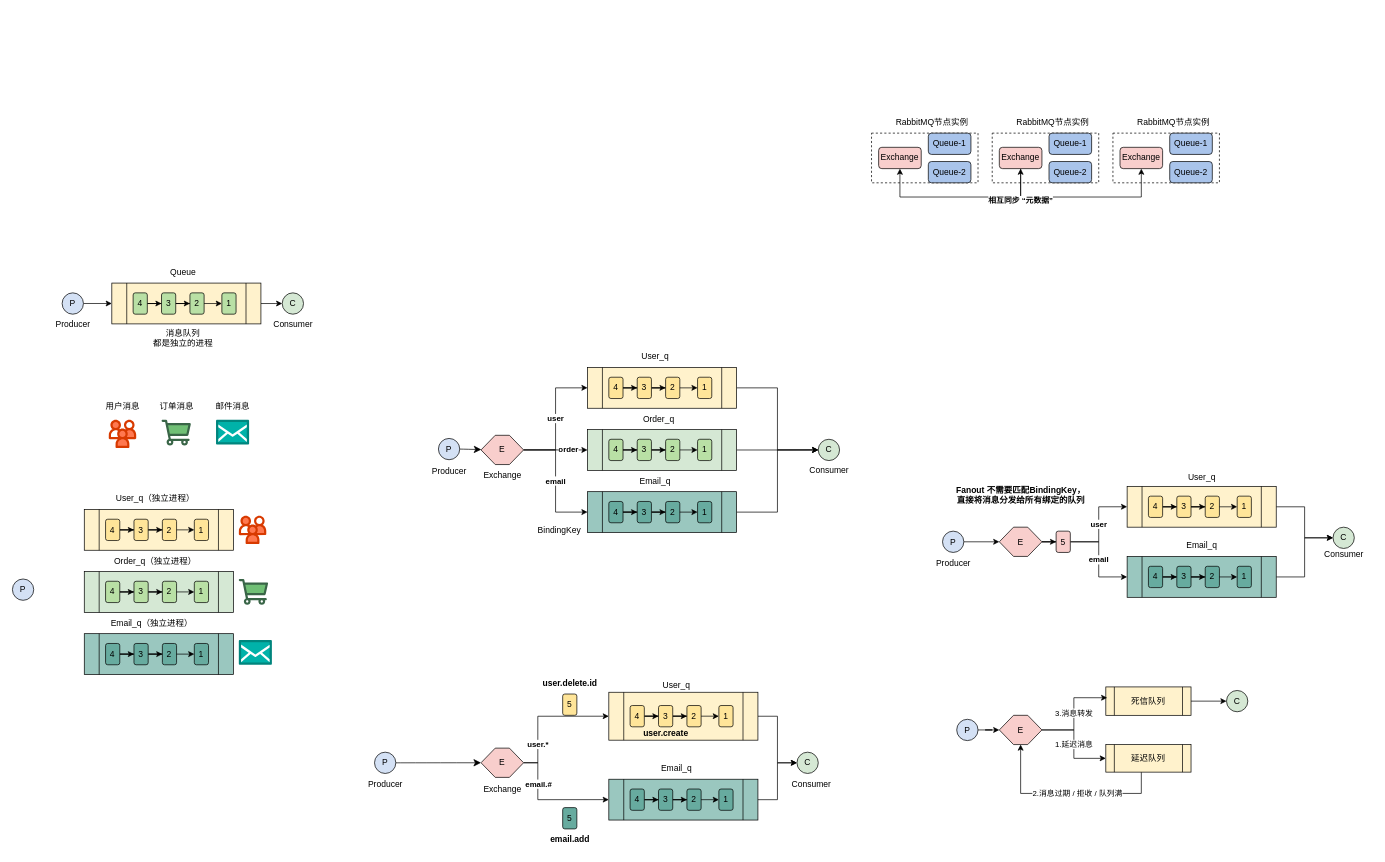
RainbowJier/RabbitMQ keeps this draw.io diagram as Drawio/RabbitMQ.drawio. Above is the earlier version. Source tidied: cells renumbered, new cells numbered last; positions are measured from the earlier drawing's top-left corner, leaving out a move shared by most shapes. Both pictures are drawn from the tidied source at 71%, with x=0, y=0 at pixel (12, 111).
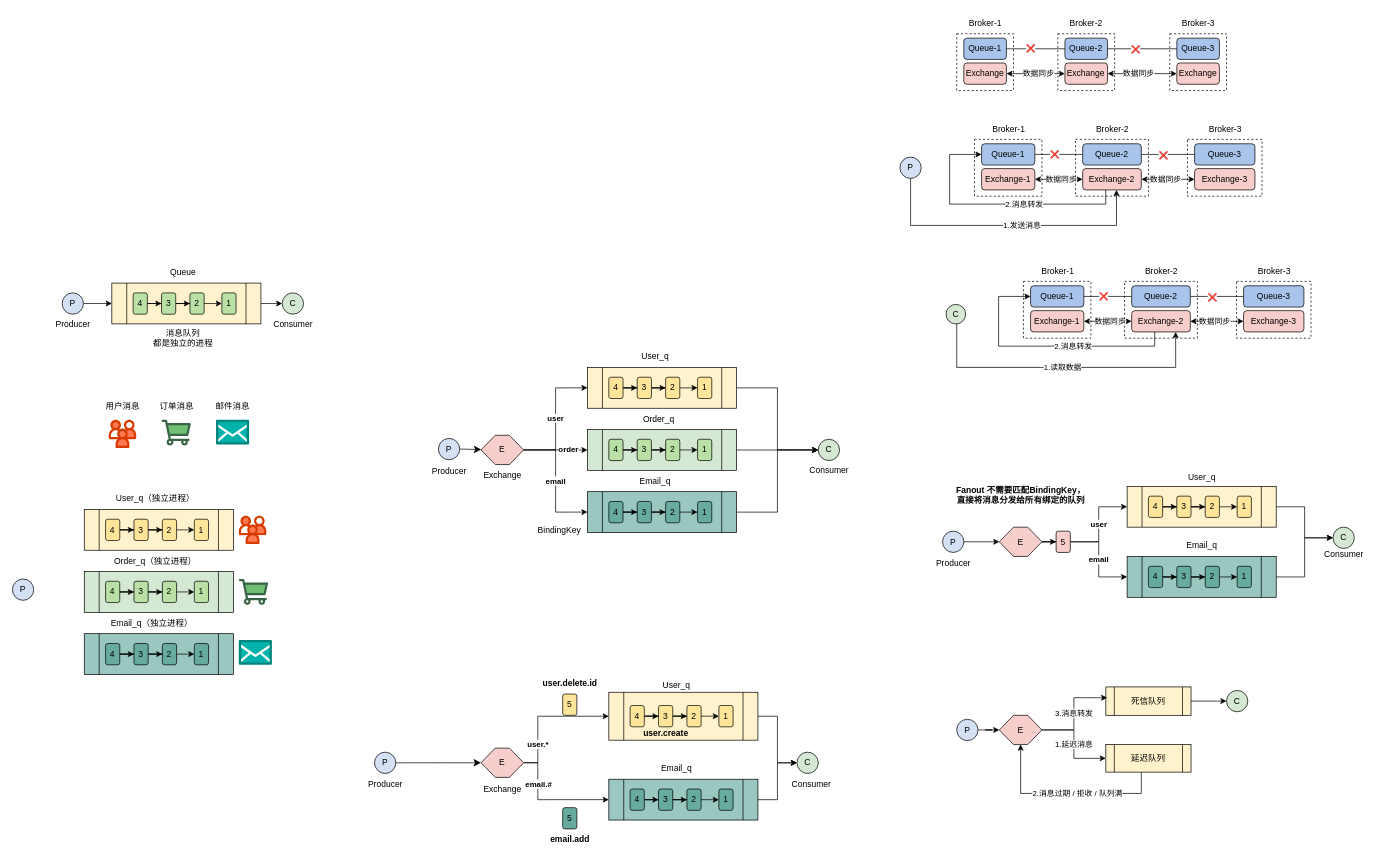
The same diagram, later.

What changed in the source:
```diff
@@
-    <mxCell id="178" style="rounded=0;whiteSpace=wrap;html=1;dashed=1;fillColor=none;" parent="1" vertex="1">
-      <mxGeometry x="1210" y="30" width="150" height="70" as="geometry" />
-    </mxCell>
-    <mxCell id="179" style="edgeStyle=orthogonalEdgeStyle;rounded=0;jettySize=auto;html=1;entryX=0.5;entryY=1;entryDx=0;entryDy=0;startArrow=classic;startFill=1;fontStyle=1;" parent="1" edge="1" source="180" target="186">
-      <mxGeometry x="0.44" relative="1" as="geometry">
-        <Array as="points">
-          <mxPoint x="1250" y="120" />
-          <mxPoint x="1420" y="120" />
-        </Array>
-      </mxGeometry>
-    </mxCell>
-    <mxCell id="180" value="Exchange" style="rounded=1;whiteSpace=wrap;html=1;fillColor=#F8CECC;" parent="1" vertex="1">
-      <mxGeometry x="1220" y="50" width="60" height="30" as="geometry" />
-    </mxCell>
-    <mxCell id="181" value="Queue-1" style="rounded=1;whiteSpace=wrap;html=1;fillColor=#A9C4EB;" parent="1" vertex="1">
-      <mxGeometry x="1290" y="30" width="60" height="30" as="geometry" />
-    </mxCell>
-    <mxCell id="182" value="Queue-2" style="rounded=1;whiteSpace=wrap;html=1;fillColor=#A9C4EB;" parent="1" vertex="1">
-      <mxGeometry x="1290" y="70" width="60" height="30" as="geometry" />
-    </mxCell>
-    <mxCell id="183" value="RabbitMQ节点实例" style="text;html=1;align=center;verticalAlign=middle;strokeColor=none;fillColor=none;" parent="1" vertex="1">
-      <mxGeometry x="1230" width="130" height="30" as="geometry" />
-    </mxCell>
-    <mxCell id="184" style="rounded=0;whiteSpace=wrap;html=1;dashed=1;fillColor=none;" parent="1" vertex="1">
-      <mxGeometry x="1380" y="30" width="150" height="70" as="geometry" />
-    </mxCell>
-    <mxCell id="185" style="edgeStyle=orthogonalEdgeStyle;rounded=0;jettySize=auto;html=1;" parent="1" edge="1" source="186" target="190">
-      <mxGeometry relative="1" as="geometry">
-        <Array as="points">
-          <mxPoint x="1420" y="120" />
-          <mxPoint x="1590" y="120" />
-        </Array>
-      </mxGeometry>
-    </mxCell>
-    <mxCell id="186" value="Exchange" style="rounded=1;whiteSpace=wrap;html=1;fillColor=#F8CECC;" parent="1" vertex="1">
-      <mxGeometry x="1390" y="50" width="60" height="30" as="geometry" />
-    </mxCell>
-    <mxCell id="187" value="Queue-1" style="rounded=1;whiteSpace=wrap;html=1;fillColor=#A9C4EB;" parent="1" vertex="1">
-      <mxGeometry x="1460" y="30" width="60" height="30" as="geometry" />
-    </mxCell>
-    <mxCell id="188" value="Queue-2" style="rounded=1;whiteSpace=wrap;html=1;fillColor=#A9C4EB;" parent="1" vertex="1">
-      <mxGeometry x="1460" y="70" width="60" height="30" as="geometry" />
-    </mxCell>
-    <mxCell id="189" style="rounded=0;whiteSpace=wrap;html=1;dashed=1;fillColor=none;" parent="1" vertex="1">
-      <mxGeometry x="1550" y="30" width="150" height="70" as="geometry" />
-    </mxCell>
-    <mxCell id="190" value="Exchange" style="rounded=1;whiteSpace=wrap;html=1;fillColor=#F8CECC;" parent="1" vertex="1">
-      <mxGeometry x="1560" y="50" width="60" height="30" as="geometry" />
-    </mxCell>
-    <mxCell id="191" value="Queue-1" style="rounded=1;whiteSpace=wrap;html=1;fillColor=#A9C4EB;" parent="1" vertex="1">
-      <mxGeometry x="1630" y="30" width="60" height="30" as="geometry" />
-    </mxCell>
-    <mxCell id="192" value="Queue-2" style="rounded=1;whiteSpace=wrap;html=1;fillColor=#A9C4EB;" parent="1" vertex="1">
-      <mxGeometry x="1630" y="70" width="60" height="30" as="geometry" />
-    </mxCell>
-    <mxCell id="193" value="RabbitMQ节点实例" style="text;html=1;align=center;verticalAlign=middle;strokeColor=none;fillColor=none;" parent="1" vertex="1">
-      <mxGeometry x="1400" width="130" height="30" as="geometry" />
-    </mxCell>
-    <mxCell id="194" value="RabbitMQ节点实例" style="text;html=1;align=center;verticalAlign=middle;strokeColor=none;fillColor=none;" parent="1" vertex="1">
-      <mxGeometry x="1570" width="130" height="30" as="geometry" />
-    </mxCell>
-    <mxCell id="195" value="&lt;span style=&quot;font-size: 11px; font-weight: 700; background-color: rgb(255, 255, 255);&quot;&gt;相互同步 “元数据”&lt;/span&gt;" style="text;html=1;align=center;verticalAlign=middle;strokeColor=none;fillColor=none;" parent="1" vertex="1">
-      <mxGeometry x="1365" y="110" width="110" height="30" as="geometry" />
-    </mxCell>
+    <mxCell id="196" style="rounded=0;whiteSpace=wrap;html=1;dashed=1;fillColor=none;" parent="1" vertex="1">
+      <mxGeometry x="1330" y="-110" width="80" height="80" as="geometry" />
+    </mxCell>
+    <mxCell id="197" style="edgeStyle=orthogonalEdgeStyle;rounded=0;jettySize=auto;html=1;startArrow=classic;startFill=1;" parent="1" edge="1" source="199" target="207">
+      <mxGeometry relative="1" as="geometry" />
+    </mxCell>
+    <mxCell id="198" value="数据同步" style="edgeLabel;html=1;align=center;verticalAlign=middle;" parent="197" vertex="1">
+      <mxGeometry x="0.07" y="1" relative="1" as="geometry" />
+    </mxCell>
+    <mxCell id="199" value="Exchange" style="rounded=1;whiteSpace=wrap;html=1;fillColor=#F8CECC;" parent="1" vertex="1">
+      <mxGeometry x="1340" y="-68.8" width="60" height="30" as="geometry" />
+    </mxCell>
+    <mxCell id="200" style="edgeStyle=orthogonalEdgeStyle;rounded=0;jettySize=auto;html=1;startArrow=none;startFill=0;endArrow=none;" parent="1" edge="1" source="202" target="210">
+      <mxGeometry relative="1" as="geometry" />
+    </mxCell>
+    <mxCell id="201" value="❌" style="edgeLabel;html=1;align=center;verticalAlign=middle;" parent="200" vertex="1">
+      <mxGeometry x="-0.2" y="1" relative="1" as="geometry" />
+    </mxCell>
+    <mxCell id="202" value="Queue-1" style="rounded=1;whiteSpace=wrap;html=1;fillColor=#A9C4EB;" parent="1" vertex="1">
+      <mxGeometry x="1340" y="-103.8" width="60" height="30" as="geometry" />
+    </mxCell>
+    <mxCell id="203" value="Broker-1" style="text;html=1;align=center;verticalAlign=middle;strokeColor=none;fillColor=none;" parent="1" vertex="1">
+      <mxGeometry x="1335" y="-138.8" width="70" height="30" as="geometry" />
+    </mxCell>
+    <mxCell id="204" style="rounded=0;whiteSpace=wrap;html=1;dashed=1;fillColor=none;" parent="1" vertex="1">
+      <mxGeometry x="1472.4" y="-110" width="80" height="80" as="geometry" />
+    </mxCell>
+    <mxCell id="205" style="edgeStyle=orthogonalEdgeStyle;rounded=0;jettySize=auto;html=1;startArrow=classic;startFill=1;" parent="1" edge="1" source="207" target="213">
+      <mxGeometry relative="1" as="geometry" />
+    </mxCell>
+    <mxCell id="206" value="数据同步" style="edgeLabel;html=1;align=center;verticalAlign=middle;" parent="205" vertex="1">
+      <mxGeometry x="-0.12" y="1" relative="1" as="geometry" />
+    </mxCell>
+    <mxCell id="207" value="Exchange" style="rounded=1;whiteSpace=wrap;html=1;fillColor=#F8CECC;" parent="1" vertex="1">
+      <mxGeometry x="1482.4" y="-68.8" width="60" height="30" as="geometry" />
+    </mxCell>
+    <mxCell id="208" style="edgeStyle=orthogonalEdgeStyle;rounded=0;jettySize=auto;html=1;endArrow=none;startFill=0;" parent="1" edge="1" source="210" target="214">
+      <mxGeometry relative="1" as="geometry" />
+    </mxCell>
+    <mxCell id="209" value="❌" style="edgeLabel;html=1;align=center;verticalAlign=middle;" parent="208" vertex="1">
+      <mxGeometry x="-0.21" y="2" relative="1" as="geometry">
+        <mxPoint y="2" as="offset" />
+      </mxGeometry>
+    </mxCell>
+    <mxCell id="210" value="Queue-2" style="rounded=1;whiteSpace=wrap;html=1;fillColor=#A9C4EB;" parent="1" vertex="1">
+      <mxGeometry x="1482.4" y="-103.8" width="60" height="30" as="geometry" />
+    </mxCell>
+    <mxCell id="211" value="Broker-2" style="text;html=1;align=center;verticalAlign=middle;strokeColor=none;fillColor=none;" parent="1" vertex="1">
+      <mxGeometry x="1477.4" y="-138.8" width="70" height="30" as="geometry" />
+    </mxCell>
+    <mxCell id="212" style="rounded=0;whiteSpace=wrap;html=1;dashed=1;fillColor=none;" parent="1" vertex="1">
+      <mxGeometry x="1630" y="-110" width="80" height="80" as="geometry" />
+    </mxCell>
+    <mxCell id="213" value="Exchange" style="rounded=1;whiteSpace=wrap;html=1;fillColor=#F8CECC;" parent="1" vertex="1">
+      <mxGeometry x="1640" y="-68.8" width="60" height="30" as="geometry" />
+    </mxCell>
+    <mxCell id="214" value="Queue-3" style="rounded=1;whiteSpace=wrap;html=1;fillColor=#A9C4EB;" parent="1" vertex="1">
+      <mxGeometry x="1640" y="-103.8" width="60" height="30" as="geometry" />
+    </mxCell>
+    <mxCell id="215" value="Broker-3" style="text;html=1;align=center;verticalAlign=middle;strokeColor=none;fillColor=none;" parent="1" vertex="1">
+      <mxGeometry x="1635" y="-140" width="70" height="30" as="geometry" />
+    </mxCell>
+    <mxCell id="216" style="rounded=0;whiteSpace=wrap;html=1;dashed=1;fillColor=none;" parent="1" vertex="1">
+      <mxGeometry x="1355" y="38.8" width="95" height="80" as="geometry" />
+    </mxCell>
+    <mxCell id="217" style="edgeStyle=orthogonalEdgeStyle;rounded=0;jettySize=auto;html=1;startArrow=classic;startFill=1;" parent="1" edge="1" source="221" target="229">
+      <mxGeometry relative="1" as="geometry" />
+    </mxCell>
+    <mxCell id="218" value="数据同步" style="edgeLabel;html=1;align=center;verticalAlign=middle;" parent="217" vertex="1">
+      <mxGeometry x="0.07" y="1" relative="1" as="geometry" />
+    </mxCell>
+    <mxCell id="219" style="edgeStyle=orthogonalEdgeStyle;rounded=0;jettySize=auto;html=1;entryX=0;entryY=0.5;entryDx=0;entryDy=0;exitX=0.393;exitY=0.962;exitDx=0;exitDy=0;exitPerimeter=0;" parent="1" edge="1" source="229" target="224">
+      <mxGeometry relative="1" as="geometry">
+        <Array as="points">
+          <mxPoint x="1540" y="130" />
+          <mxPoint x="1320" y="130" />
+          <mxPoint x="1320" y="60" />
+        </Array>
+      </mxGeometry>
+    </mxCell>
+    <mxCell id="220" value="2.消息转发" style="edgeLabel;html=1;align=center;verticalAlign=middle;" parent="219" vertex="1">
+      <mxGeometry x="0.09" y="1" relative="1" as="geometry">
+        <mxPoint x="57" y="-1" as="offset" />
+      </mxGeometry>
+    </mxCell>
+    <mxCell id="221" value="Exchange-1" style="rounded=1;whiteSpace=wrap;html=1;fillColor=#F8CECC;" parent="1" vertex="1">
+      <mxGeometry x="1365" y="80" width="75" height="30" as="geometry" />
+    </mxCell>
+    <mxCell id="222" style="edgeStyle=orthogonalEdgeStyle;rounded=0;jettySize=auto;html=1;startArrow=none;startFill=0;endArrow=none;" parent="1" edge="1" source="224" target="232">
+      <mxGeometry relative="1" as="geometry" />
+    </mxCell>
+    <mxCell id="223" value="❌" style="edgeLabel;html=1;align=center;verticalAlign=middle;" parent="222" vertex="1">
+      <mxGeometry x="-0.2" y="1" relative="1" as="geometry" />
+    </mxCell>
+    <mxCell id="224" value="Queue-1" style="rounded=1;whiteSpace=wrap;html=1;fillColor=#A9C4EB;" parent="1" vertex="1">
+      <mxGeometry x="1365" y="45" width="75" height="30" as="geometry" />
+    </mxCell>
+    <mxCell id="225" value="Broker-1" style="text;html=1;align=center;verticalAlign=middle;strokeColor=none;fillColor=none;" parent="1" vertex="1">
+      <mxGeometry x="1367.5" y="10" width="70" height="30" as="geometry" />
+    </mxCell>
+    <mxCell id="226" style="rounded=0;whiteSpace=wrap;html=1;dashed=1;fillColor=none;" parent="1" vertex="1">
+      <mxGeometry x="1497.4" y="38.8" width="102.6" height="80" as="geometry" />
+    </mxCell>
+    <mxCell id="227" style="edgeStyle=orthogonalEdgeStyle;rounded=0;jettySize=auto;html=1;startArrow=classic;startFill=1;" parent="1" edge="1" source="229" target="235">
+      <mxGeometry relative="1" as="geometry" />
+    </mxCell>
+    <mxCell id="228" value="数据同步" style="edgeLabel;html=1;align=center;verticalAlign=middle;" parent="227" vertex="1">
+      <mxGeometry x="-0.12" y="1" relative="1" as="geometry" />
+    </mxCell>
+    <mxCell id="229" value="Exchange-2" style="rounded=1;whiteSpace=wrap;html=1;fillColor=#F8CECC;" parent="1" vertex="1">
+      <mxGeometry x="1507.4" y="80" width="82.6" height="30" as="geometry" />
+    </mxCell>
+    <mxCell id="230" style="edgeStyle=orthogonalEdgeStyle;rounded=0;jettySize=auto;html=1;endArrow=none;startFill=0;" parent="1" edge="1" source="232" target="236">
+      <mxGeometry relative="1" as="geometry" />
+    </mxCell>
+    <mxCell id="231" value="❌" style="edgeLabel;html=1;align=center;verticalAlign=middle;" parent="230" vertex="1">
+      <mxGeometry x="-0.21" y="2" relative="1" as="geometry">
+        <mxPoint y="2" as="offset" />
+      </mxGeometry>
+    </mxCell>
+    <mxCell id="232" value="Queue-2" style="rounded=1;whiteSpace=wrap;html=1;fillColor=#A9C4EB;" parent="1" vertex="1">
+      <mxGeometry x="1507.4" y="45" width="82.6" height="30" as="geometry" />
+    </mxCell>
+    <mxCell id="233" value="Broker-2" style="text;html=1;align=center;verticalAlign=middle;strokeColor=none;fillColor=none;" parent="1" vertex="1">
+      <mxGeometry x="1513.7" y="10" width="70" height="30" as="geometry" />
+    </mxCell>
+    <mxCell id="234" style="rounded=0;whiteSpace=wrap;html=1;dashed=1;fillColor=none;" parent="1" vertex="1">
+      <mxGeometry x="1655" y="38.8" width="105" height="80" as="geometry" />
+    </mxCell>
+    <mxCell id="235" value="Exchange-3" style="rounded=1;whiteSpace=wrap;html=1;fillColor=#F8CECC;" parent="1" vertex="1">
+      <mxGeometry x="1665" y="80" width="85" height="30" as="geometry" />
+    </mxCell>
+    <mxCell id="236" value="Queue-3" style="rounded=1;whiteSpace=wrap;html=1;fillColor=#A9C4EB;" parent="1" vertex="1">
+      <mxGeometry x="1665" y="45" width="85" height="30" as="geometry" />
+    </mxCell>
+    <mxCell id="237" value="Broker-3" style="text;html=1;align=center;verticalAlign=middle;strokeColor=none;fillColor=none;" parent="1" vertex="1">
+      <mxGeometry x="1672.5" y="10" width="70" height="30" as="geometry" />
+    </mxCell>
+    <mxCell id="238" value="&lt;span style=&quot;color: rgb(0, 0, 0); background-color: rgb(255, 255, 255); float: none; display: inline !important;&quot;&gt;1.发送消息&lt;/span&gt;" style="edgeStyle=orthogonalEdgeStyle;rounded=0;jettySize=auto;html=1;" parent="1" edge="1" source="239" target="229">
+      <mxGeometry x="0.1" relative="1" as="geometry">
+        <Array as="points">
+          <mxPoint x="1265" y="160" />
+          <mxPoint x="1555" y="160" />
+        </Array>
+      </mxGeometry>
+    </mxCell>
+    <mxCell id="239" value="P" style="ellipse;whiteSpace=wrap;html=1;fillColor=#D4E1F5;" parent="1" vertex="1">
+      <mxGeometry x="1250" y="63.8" width="30" height="30" as="geometry" />
+    </mxCell>
+    <mxCell id="240" value="1.读取数据" style="edgeStyle=orthogonalEdgeStyle;rounded=0;jettySize=auto;html=1;entryX=0.75;entryY=1;entryDx=0;entryDy=0;" parent="1" edge="1" source="241" target="255">
+      <mxGeometry relative="1" as="geometry">
+        <Array as="points">
+          <mxPoint x="1330" y="360" />
+          <mxPoint x="1638" y="360" />
+        </Array>
+      </mxGeometry>
+    </mxCell>
+    <mxCell id="241" value="C" style="ellipse;whiteSpace=wrap;html=1;fillColor=#D5E8D4;" parent="1" vertex="1">
+      <mxGeometry x="1315" y="271.2" width="27.6" height="27.6" as="geometry" />
+    </mxCell>
+    <mxCell id="242" style="rounded=0;whiteSpace=wrap;html=1;dashed=1;fillColor=none;" parent="1" vertex="1">
+      <mxGeometry x="1424" y="238.8" width="95" height="80" as="geometry" />
+    </mxCell>
+    <mxCell id="243" style="edgeStyle=orthogonalEdgeStyle;rounded=0;jettySize=auto;html=1;startArrow=classic;startFill=1;" parent="1" edge="1" source="247" target="255">
+      <mxGeometry relative="1" as="geometry" />
+    </mxCell>
+    <mxCell id="244" value="数据同步" style="edgeLabel;html=1;align=center;verticalAlign=middle;" parent="243" vertex="1">
+      <mxGeometry x="0.07" y="1" relative="1" as="geometry" />
+    </mxCell>
+    <mxCell id="245" style="edgeStyle=orthogonalEdgeStyle;rounded=0;jettySize=auto;html=1;entryX=0;entryY=0.5;entryDx=0;entryDy=0;exitX=0.393;exitY=0.962;exitDx=0;exitDy=0;exitPerimeter=0;" parent="1" edge="1" source="255" target="250">
+      <mxGeometry relative="1" as="geometry">
+        <Array as="points">
+          <mxPoint x="1609" y="330" />
+          <mxPoint x="1389" y="330" />
+          <mxPoint x="1389" y="260" />
+        </Array>
+      </mxGeometry>
+    </mxCell>
+    <mxCell id="246" value="2.消息转发" style="edgeLabel;html=1;align=center;verticalAlign=middle;" parent="245" vertex="1">
+      <mxGeometry x="0.09" y="1" relative="1" as="geometry">
+        <mxPoint x="57" y="-1" as="offset" />
+      </mxGeometry>
+    </mxCell>
+    <mxCell id="247" value="Exchange-1" style="rounded=1;whiteSpace=wrap;html=1;fillColor=#F8CECC;" parent="1" vertex="1">
+      <mxGeometry x="1434" y="280" width="75" height="30" as="geometry" />
+    </mxCell>
+    <mxCell id="248" style="edgeStyle=orthogonalEdgeStyle;rounded=0;jettySize=auto;html=1;startArrow=none;startFill=0;endArrow=none;" parent="1" edge="1" source="250" target="258">
+      <mxGeometry relative="1" as="geometry" />
+    </mxCell>
+    <mxCell id="249" value="❌" style="edgeLabel;html=1;align=center;verticalAlign=middle;" parent="248" vertex="1">
+      <mxGeometry x="-0.2" y="1" relative="1" as="geometry" />
+    </mxCell>
+    <mxCell id="250" value="Queue-1" style="rounded=1;whiteSpace=wrap;html=1;fillColor=#A9C4EB;" parent="1" vertex="1">
+      <mxGeometry x="1434" y="245" width="75" height="30" as="geometry" />
+    </mxCell>
+    <mxCell id="251" value="Broker-1" style="text;html=1;align=center;verticalAlign=middle;strokeColor=none;fillColor=none;" parent="1" vertex="1">
+      <mxGeometry x="1436.5" y="210" width="70" height="30" as="geometry" />
+    </mxCell>
+    <mxCell id="252" style="rounded=0;whiteSpace=wrap;html=1;dashed=1;fillColor=none;" parent="1" vertex="1">
+      <mxGeometry x="1566.4" y="238.8" width="102.6" height="80" as="geometry" />
+    </mxCell>
+    <mxCell id="253" style="edgeStyle=orthogonalEdgeStyle;rounded=0;jettySize=auto;html=1;startArrow=classic;startFill=1;" parent="1" edge="1" source="255" target="261">
+      <mxGeometry relative="1" as="geometry" />
+    </mxCell>
+    <mxCell id="254" value="数据同步" style="edgeLabel;html=1;align=center;verticalAlign=middle;" parent="253" vertex="1">
+      <mxGeometry x="-0.12" y="1" relative="1" as="geometry" />
+    </mxCell>
+    <mxCell id="255" value="Exchange-2" style="rounded=1;whiteSpace=wrap;html=1;fillColor=#F8CECC;" parent="1" vertex="1">
+      <mxGeometry x="1576.4" y="280" width="82.6" height="30" as="geometry" />
+    </mxCell>
+    <mxCell id="256" style="edgeStyle=orthogonalEdgeStyle;rounded=0;jettySize=auto;html=1;endArrow=none;startFill=0;" parent="1" edge="1" source="258" target="262">
+      <mxGeometry relative="1" as="geometry" />
+    </mxCell>
+    <mxCell id="257" value="❌" style="edgeLabel;html=1;align=center;verticalAlign=middle;" parent="256" vertex="1">
+      <mxGeometry x="-0.21" y="2" relative="1" as="geometry">
+        <mxPoint y="2" as="offset" />
+      </mxGeometry>
+    </mxCell>
+    <mxCell id="258" value="Queue-2" style="rounded=1;whiteSpace=wrap;html=1;fillColor=#A9C4EB;" parent="1" vertex="1">
+      <mxGeometry x="1576.4" y="245" width="82.6" height="30" as="geometry" />
+    </mxCell>
+    <mxCell id="259" value="Broker-2" style="text;html=1;align=center;verticalAlign=middle;strokeColor=none;fillColor=none;" parent="1" vertex="1">
+      <mxGeometry x="1582.7" y="210" width="70" height="30" as="geometry" />
+    </mxCell>
+    <mxCell id="260" style="rounded=0;whiteSpace=wrap;html=1;dashed=1;fillColor=none;" parent="1" vertex="1">
+      <mxGeometry x="1724" y="238.8" width="105" height="80" as="geometry" />
+    </mxCell>
+    <mxCell id="261" value="Exchange-3" style="rounded=1;whiteSpace=wrap;html=1;fillColor=#F8CECC;" parent="1" vertex="1">
+      <mxGeometry x="1734" y="280" width="85" height="30" as="geometry" />
+    </mxCell>
+    <mxCell id="262" value="Queue-3" style="rounded=1;whiteSpace=wrap;html=1;fillColor=#A9C4EB;" parent="1" vertex="1">
+      <mxGeometry x="1734" y="245" width="85" height="30" as="geometry" />
+    </mxCell>
+    <mxCell id="263" value="Broker-3" style="text;html=1;align=center;verticalAlign=middle;strokeColor=none;fillColor=none;" parent="1" vertex="1">
+      <mxGeometry x="1741.5" y="210" width="70" height="30" as="geometry" />
+    </mxCell>
```
